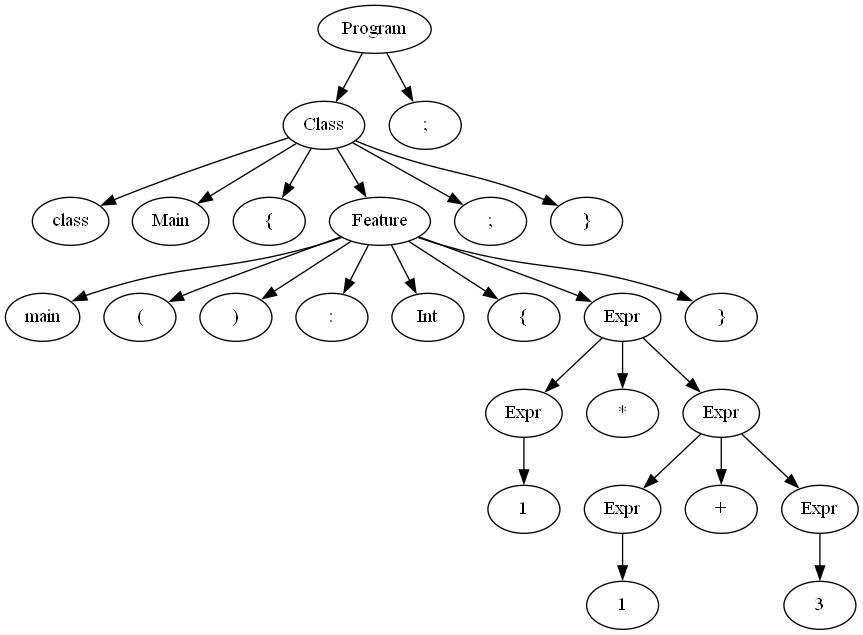
The Graphviz diagram output.gv.png in Manuel-Archila/Proyecto0_CC, before a commit. Its source is kept beside it as output.gv.
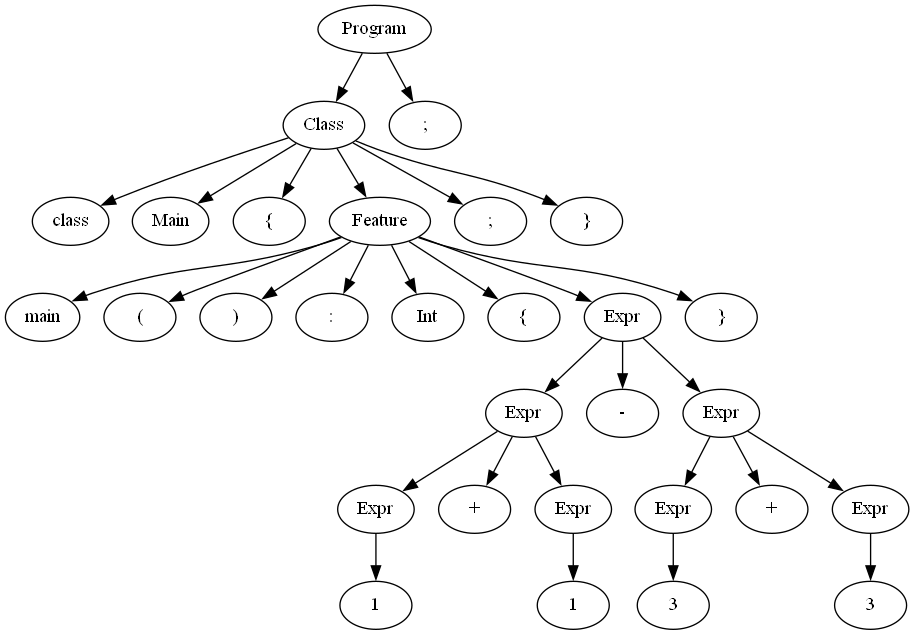
Above is the later version.

Change to the diagram source:
```diff
@@ -27,27 +27,35 @@
 	12 -> 13
 	13 [label=Expr]
 	13 -> 14
-	14 [label=1]
-	12 -> 15
-	15 [label="*"]
-	12 -> 16
-	16 [label=Expr]
-	16 -> 17
+	14 [label=Expr]
+	14 -> 15
+	15 [label=1]
+	13 -> 16
+	16 [label="+"]
+	13 -> 17
 	17 [label=Expr]
 	17 -> 18
 	18 [label=1]
-	16 -> 19
-	19 [label="+"]
-	16 -> 20
+	12 -> 19
+	19 [label="-"]
+	12 -> 20
 	20 [label=Expr]
 	20 -> 21
-	21 [label=3]
-	5 -> 22
-	22 [label="}"]
-	1 -> 23
-	23 [label=";"]
-	1 -> 24
-	24 [label="}"]
-	0 -> 25
-	25 [label=";"]
+	21 [label=Expr]
+	21 -> 22
+	22 [label=3]
+	20 -> 23
+	23 [label="+"]
+	20 -> 24
+	24 [label=Expr]
+	24 -> 25
+	25 [label=3]
+	5 -> 26
+	26 [label="}"]
+	1 -> 27
+	27 [label=";"]
+	1 -> 28
+	28 [label="}"]
+	0 -> 29
+	29 [label=";"]
 }
```
